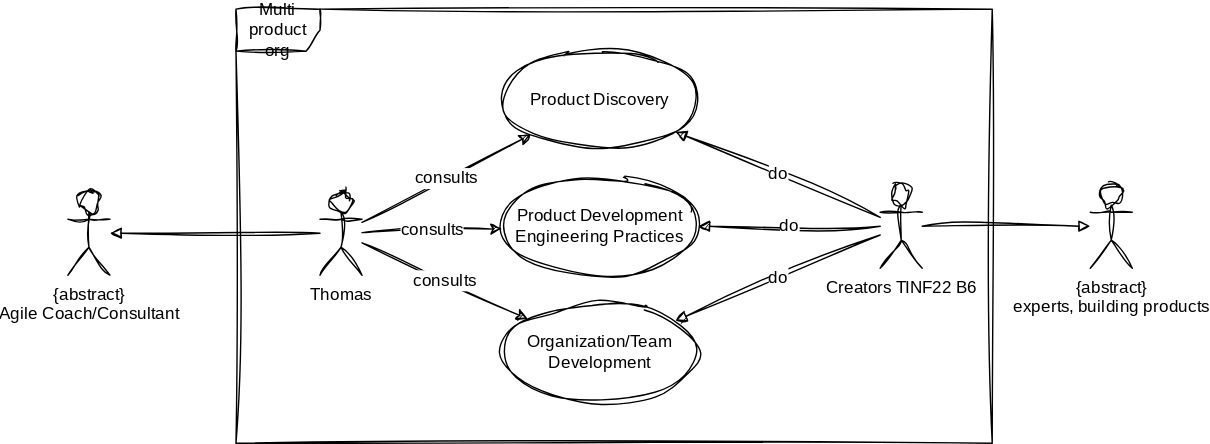
thomykay/dhbw-projectmanagement1 keeps this draw.io diagram as lesson 201 - orientation/slides/graphics/multi-product-org.drawio.svg. Above is the earlier version. Source tidied: cells renumbered, new cells last; positions are measured from the earlier drawing's top-left corner, leaving out a move shared by most shapes. The source it was exported from:
```xml
<mxGraphModel>
  <root>
    <mxCell id="0" />
    <mxCell id="1" parent="0" />
    <mxCell id="2" value="{abstract}&lt;br&gt;Agile Coach/Consultant" style="shape=umlActor;verticalLabelPosition=bottom;verticalAlign=top;html=1;outlineConnect=0;sketch=1;hachureGap=4;jiggle=2;curveFitting=1;fontFamily=Architects Daughter;fontSource=https%3A%2F%2Ffonts.googleapis.com%2Fcss%3Ffamily%3DArchitects%2BDaughter;fontSize=12;" parent="1" vertex="1">
      <mxGeometry y="130" width="30" height="60" as="geometry" />
    </mxCell>
    <mxCell id="3" value="Multi product org" style="shape=umlFrame;whiteSpace=wrap;html=1;sketch=1;hachureGap=4;jiggle=2;curveFitting=1;fontFamily=Architects Daughter;fontSource=https%3A%2F%2Ffonts.googleapis.com%2Fcss%3Ffamily%3DArchitects%2BDaughter;fontSize=12;" parent="1" vertex="1">
      <mxGeometry x="120" width="540" height="310" as="geometry" />
    </mxCell>
    <mxCell id="4" value="Product Discovery" style="ellipse;whiteSpace=wrap;html=1;sketch=1;hachureGap=4;jiggle=2;curveFitting=1;fontFamily=Architects Daughter;fontSource=https%3A%2F%2Ffonts.googleapis.com%2Fcss%3Ffamily%3DArchitects%2BDaughter;fontSize=12;" parent="1" vertex="1">
      <mxGeometry x="310" y="30" width="140" height="70" as="geometry" />
    </mxCell>
    <mxCell id="5" value="do" style="edgeStyle=none;sketch=1;hachureGap=4;jiggle=2;curveFitting=1;html=1;fontFamily=Architects Daughter;fontSource=https%3A%2F%2Ffonts.googleapis.com%2Fcss%3Ffamily%3DArchitects%2BDaughter;fontSize=12;endArrow=block;endFill=1;" parent="1" edge="1" source="9" target="4">
      <mxGeometry relative="1" as="geometry" />
    </mxCell>
    <mxCell id="6" value="do" style="edgeStyle=none;sketch=1;hachureGap=4;jiggle=2;curveFitting=1;html=1;fontFamily=Architects Daughter;fontSource=https%3A%2F%2Ffonts.googleapis.com%2Fcss%3Ffamily%3DArchitects%2BDaughter;fontSize=12;endArrow=block;endFill=1;" parent="1" edge="1" source="9" target="10">
      <mxGeometry relative="1" as="geometry" />
    </mxCell>
    <mxCell id="7" value="do" style="edgeStyle=none;sketch=1;hachureGap=4;jiggle=2;curveFitting=1;html=1;fontFamily=Architects Daughter;fontSource=https%3A%2F%2Ffonts.googleapis.com%2Fcss%3Ffamily%3DArchitects%2BDaughter;fontSize=12;endArrow=block;endFill=1;" parent="1" edge="1" source="9" target="11">
      <mxGeometry relative="1" as="geometry" />
    </mxCell>
    <mxCell id="8" style="edgeStyle=none;sketch=1;hachureGap=4;jiggle=2;curveFitting=1;html=1;fontFamily=Architects Daughter;fontSource=https%3A%2F%2Ffonts.googleapis.com%2Fcss%3Ffamily%3DArchitects%2BDaughter;fontSize=12;endArrow=block;endFill=0;" parent="1" edge="1" source="9" target="17">
      <mxGeometry relative="1" as="geometry" />
    </mxCell>
    <mxCell id="9" value="Creators TINF22 B6" style="shape=umlActor;verticalLabelPosition=bottom;verticalAlign=top;html=1;outlineConnect=0;sketch=1;hachureGap=4;jiggle=2;curveFitting=1;fontFamily=Architects Daughter;fontSource=https%3A%2F%2Ffonts.googleapis.com%2Fcss%3Ffamily%3DArchitects%2BDaughter;fontSize=12;" parent="1" vertex="1">
      <mxGeometry x="580" y="125" width="30" height="60" as="geometry" />
    </mxCell>
    <mxCell id="10" value="Product Development&lt;br&gt;Engineering Practices" style="ellipse;whiteSpace=wrap;html=1;sketch=1;hachureGap=4;jiggle=2;curveFitting=1;fontFamily=Architects Daughter;fontSource=https%3A%2F%2Ffonts.googleapis.com%2Fcss%3Ffamily%3DArchitects%2BDaughter;fontSize=12;" parent="1" vertex="1">
      <mxGeometry x="310" y="120" width="140" height="70" as="geometry" />
    </mxCell>
    <mxCell id="11" value="Organization/Team&lt;br&gt;Development" style="ellipse;whiteSpace=wrap;html=1;sketch=1;hachureGap=4;jiggle=2;curveFitting=1;fontFamily=Architects Daughter;fontSource=https%3A%2F%2Ffonts.googleapis.com%2Fcss%3Ffamily%3DArchitects%2BDaughter;fontSize=12;" parent="1" vertex="1">
      <mxGeometry x="310" y="210" width="140" height="70" as="geometry" />
    </mxCell>
    <mxCell id="12" style="edgeStyle=none;sketch=1;hachureGap=4;jiggle=2;curveFitting=1;html=1;fontFamily=Architects Daughter;fontSource=https%3A%2F%2Ffonts.googleapis.com%2Fcss%3Ffamily%3DArchitects%2BDaughter;fontSize=12;endArrow=block;endFill=0;" parent="1" edge="1" source="16" target="2">
      <mxGeometry relative="1" as="geometry" />
    </mxCell>
    <mxCell id="13" value="consults" style="edgeStyle=none;sketch=1;hachureGap=4;jiggle=2;curveFitting=1;html=1;entryX=0;entryY=1;entryDx=0;entryDy=0;fontFamily=Architects Daughter;fontSource=https%3A%2F%2Ffonts.googleapis.com%2Fcss%3Ffamily%3DArchitects%2BDaughter;fontSize=12;" parent="1" edge="1" source="16" target="4">
      <mxGeometry relative="1" as="geometry" />
    </mxCell>
    <mxCell id="14" value="consults" style="edgeStyle=none;sketch=1;hachureGap=4;jiggle=2;curveFitting=1;html=1;fontFamily=Architects Daughter;fontSource=https%3A%2F%2Ffonts.googleapis.com%2Fcss%3Ffamily%3DArchitects%2BDaughter;fontSize=12;" parent="1" edge="1" source="16" target="10">
      <mxGeometry relative="1" as="geometry" />
    </mxCell>
    <mxCell id="15" value="consults" style="edgeStyle=none;sketch=1;hachureGap=4;jiggle=2;curveFitting=1;html=1;fontFamily=Architects Daughter;fontSource=https%3A%2F%2Ffonts.googleapis.com%2Fcss%3Ffamily%3DArchitects%2BDaughter;fontSize=12;" parent="1" edge="1" source="16" target="11">
      <mxGeometry relative="1" as="geometry" />
    </mxCell>
    <mxCell id="16" value="Thomas" style="shape=umlActor;verticalLabelPosition=bottom;verticalAlign=top;html=1;outlineConnect=0;sketch=1;hachureGap=4;jiggle=2;curveFitting=1;fontFamily=Architects Daughter;fontSource=https%3A%2F%2Ffonts.googleapis.com%2Fcss%3Ffamily%3DArchitects%2BDaughter;fontSize=12;" parent="1" vertex="1">
      <mxGeometry x="180" y="130" width="30" height="60" as="geometry" />
    </mxCell>
    <mxCell id="17" value="{abstract}&lt;br&gt;experts, building products" style="shape=umlActor;verticalLabelPosition=bottom;verticalAlign=top;html=1;outlineConnect=0;sketch=1;hachureGap=4;jiggle=2;curveFitting=1;fontFamily=Architects Daughter;fontSource=https%3A%2F%2Ffonts.googleapis.com%2Fcss%3Ffamily%3DArchitects%2BDaughter;fontSize=12;" parent="1" vertex="1">
      <mxGeometry x="730" y="125" width="30" height="60" as="geometry" />
    </mxCell>
  </root>
</mxGraphModel>
```
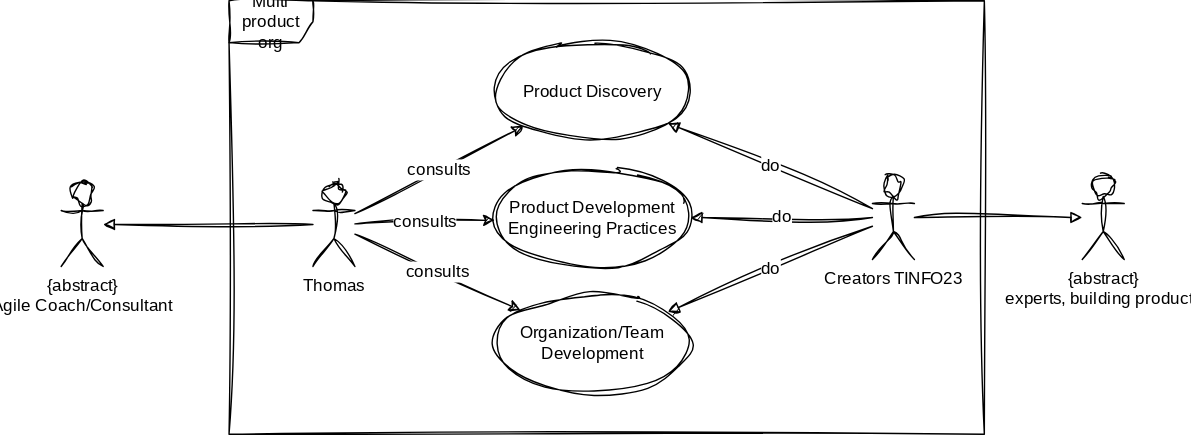
After the change.

Change to the diagram source:
```diff
@@ -23,7 +23,7 @@
     <mxCell id="8" style="edgeStyle=none;sketch=1;hachureGap=4;jiggle=2;curveFitting=1;html=1;fontFamily=Architects Daughter;fontSource=https%3A%2F%2Ffonts.googleapis.com%2Fcss%3Ffamily%3DArchitects%2BDaughter;fontSize=12;endArrow=block;endFill=0;" parent="1" edge="1" source="9" target="17">
       <mxGeometry relative="1" as="geometry" />
     </mxCell>
-    <mxCell id="9" value="Creators TINF22 B6" style="shape=umlActor;verticalLabelPosition=bottom;verticalAlign=top;html=1;outlineConnect=0;sketch=1;hachureGap=4;jiggle=2;curveFitting=1;fontFamily=Architects Daughter;fontSource=https%3A%2F%2Ffonts.googleapis.com%2Fcss%3Ffamily%3DArchitects%2BDaughter;fontSize=12;" parent="1" vertex="1">
+    <mxCell id="9" value="Creators TINFO23" style="shape=umlActor;verticalLabelPosition=bottom;verticalAlign=top;html=1;outlineConnect=0;sketch=1;hachureGap=4;jiggle=2;curveFitting=1;fontFamily=Architects Daughter;fontSource=https%3A%2F%2Ffonts.googleapis.com%2Fcss%3Ffamily%3DArchitects%2BDaughter;fontSize=12;" parent="1" vertex="1">
       <mxGeometry x="580" y="125" width="30" height="60" as="geometry" />
     </mxCell>
     <mxCell id="10" value="Product Development&lt;br&gt;Engineering Practices" style="ellipse;whiteSpace=wrap;html=1;sketch=1;hachureGap=4;jiggle=2;curveFitting=1;fontFamily=Architects Daughter;fontSource=https%3A%2F%2Ffonts.googleapis.com%2Fcss%3Ffamily%3DArchitects%2BDaughter;fontSize=12;" parent="1" vertex="1">
```
